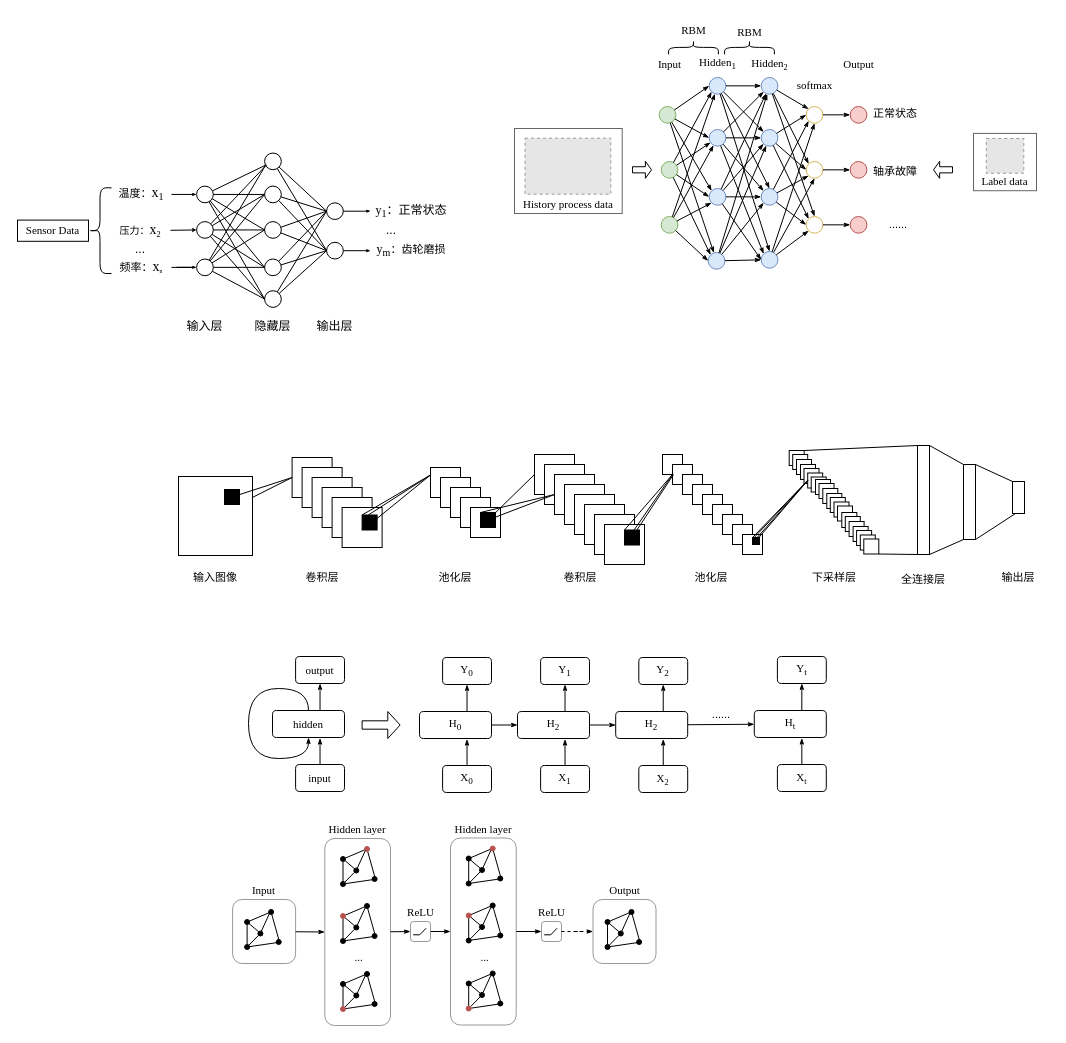
GPlaying/brain_map keeps this draw.io diagram as page "第 10 页" (10 of 10) of 故障诊断流程图.drawio. Above is the earlier version. Source tidied: cells renumbered, new cells numbered last; positions are measured from the earlier drawing's top-left corner, leaving out a move shared by most shapes. Both pictures are drawn from the tidied source at 100%, with x=0, y=0 at pixel (17, 17). Pictures stored in the file or linked from it are replaced by grey dashed boxes.
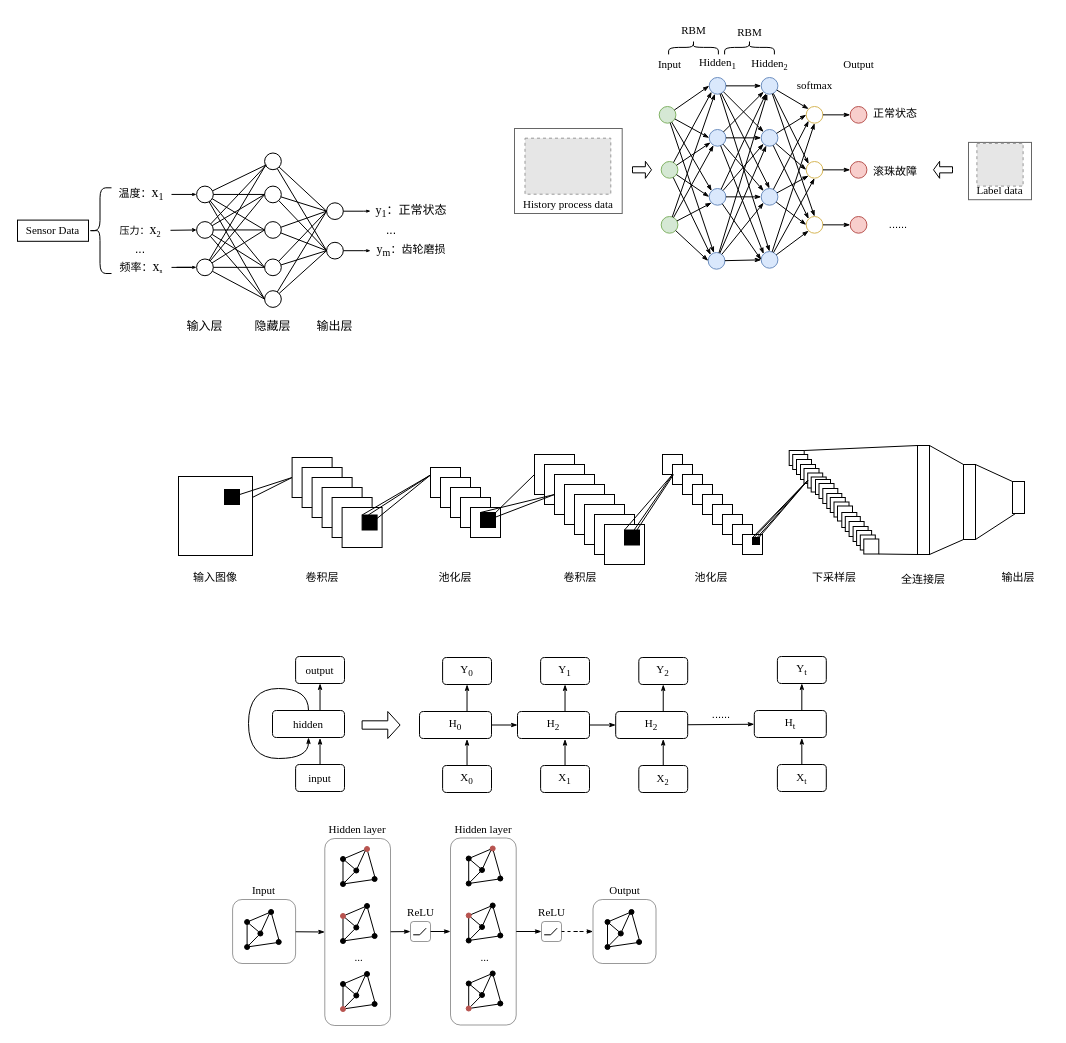
The same diagram, later.

Commit message (it also covers changes not shown here):
更新故障诊断流程图.drawio

Diff of the diagram source:
```diff
@@
     <mxCell id="291" value="&lt;font face=&quot;Times New Roman&quot;&gt;Label data&lt;/font&gt;" style="rounded=0;whiteSpace=wrap;html=1;fontFamily=Helvetica;fontSize=11;fontColor=default;direction=east;verticalAlign=bottom;opacity=60;" parent="1" vertex="1">
-      <mxGeometry x="956" y="115.9" width="63" height="57.3" as="geometry" />
+      <mxGeometry x="951" y="124.9" width="63" height="57.3" as="geometry" />
     </mxCell>
@@
     <mxCell id="366" style="fillColor=#E6E6E6;strokeColor=#999999;dashed=1;verticalLabelPosition=bottom;labelBackgroundColor=default;verticalAlign=top;" parent="1" vertex="1">
-      <mxGeometry x="968.8" y="121" width="37.5" height="34.7" as="geometry" />
+      <mxGeometry x="959.4" y="125.9" width="46.2" height="42.7" as="geometry" />
     </mxCell>
@@
-    <mxCell id="368" value="&lt;font face=&quot;宋体&quot;&gt;轴承故障&lt;/font&gt;" style="text;html=1;strokeColor=none;fillColor=none;align=center;verticalAlign=middle;whiteSpace=wrap;rounded=0;fontSize=11;fontFamily=Helvetica;fontColor=default;" parent="1" vertex="1">
+    <mxCell id="368" value="&lt;font face=&quot;宋体&quot;&gt;滚珠故障&lt;/font&gt;" style="text;html=1;strokeColor=none;fillColor=none;align=center;verticalAlign=middle;whiteSpace=wrap;rounded=0;fontSize=11;fontFamily=Helvetica;fontColor=default;" parent="1" vertex="1">
       <mxGeometry x="850.6" y="143.7" width="54.4" height="19.7" as="geometry" />
     </mxCell>
```
